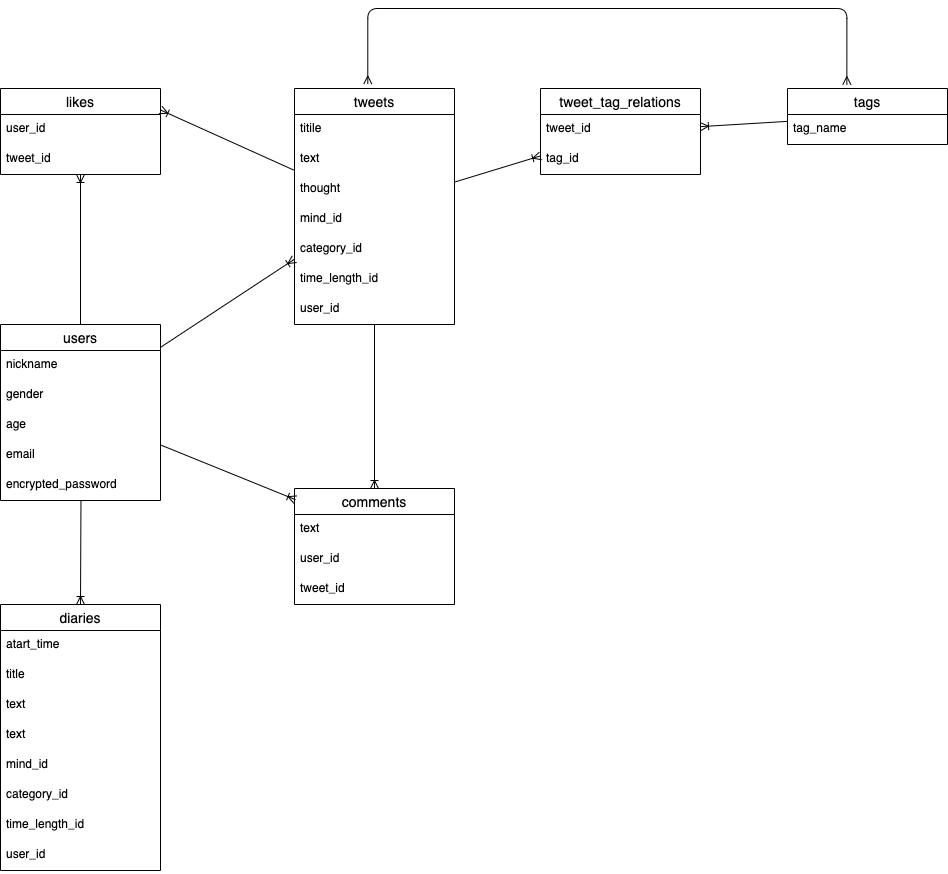
This is app/nemuru.drawio.png from yuki-brave/nemuru, a draw.io export, as it was before one commit. Source tidied: cells renumbered, new cells last; positions are measured from the earlier drawing's top-left corner, leaving out a move shared by most shapes.
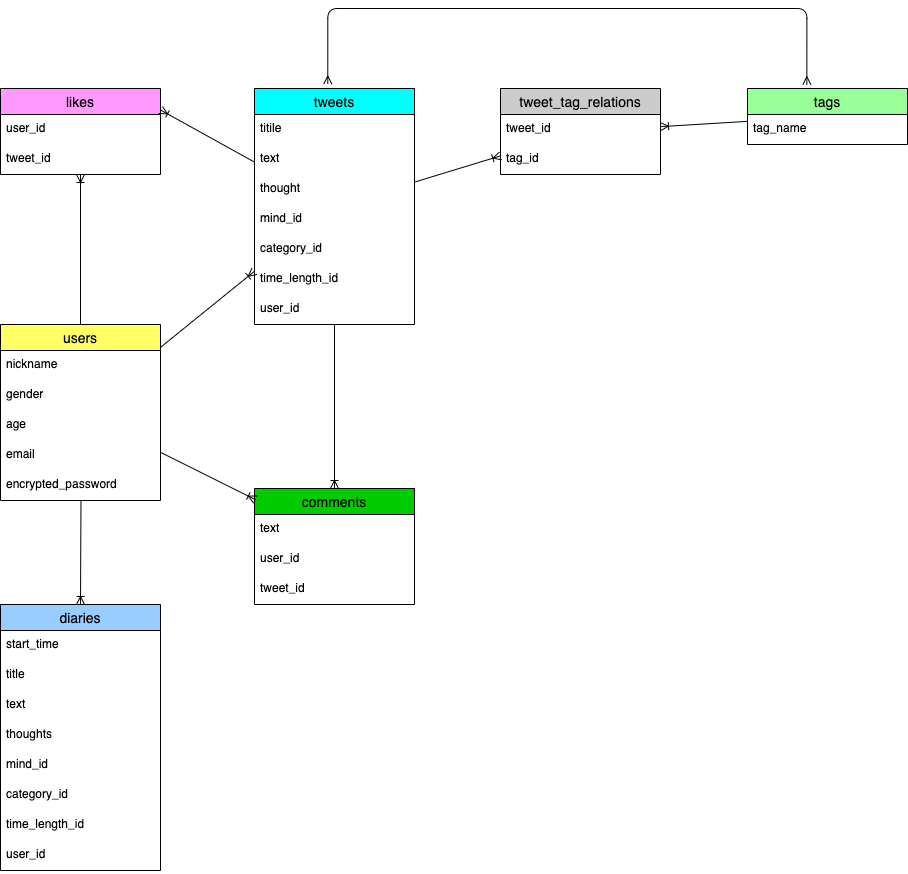
Above is the later version.

Commit message:
ER図の編集・作成

Diff of the diagram source:
```diff
@@ -2,8 +2,8 @@
   <root>
     <mxCell id="0" />
     <mxCell id="1" parent="0" />
-    <mxCell id="2" value="users" style="swimlane;fontStyle=0;horizontal=1;startSize=26;align=center;fontSize=14;" parent="1" vertex="1">
-      <mxGeometry y="316" width="160" height="176" as="geometry" />
+    <mxCell id="2" value="users" style="swimlane;fontStyle=0;horizontal=1;startSize=26;align=center;fontSize=14;fillColor=#FFFF66;" parent="1" vertex="1">
+      <mxGeometry x="40" y="316" width="160" height="176" as="geometry" />
     </mxCell>
     <mxCell id="3" value="nickname" style="text;strokeColor=none;fillColor=none;spacingLeft=4;spacingRight=4;overflow=hidden;fontSize=12;" parent="2" vertex="1">
       <mxGeometry y="26" width="160" height="30" as="geometry" />
@@ -20,7 +20,7 @@
     <mxCell id="7" value="encrypted_password" style="text;strokeColor=none;fillColor=none;spacingLeft=4;spacingRight=4;overflow=hidden;points=[[0,0.5],[1,0.5]];portConstraint=eastwest;fontSize=12;" parent="2" vertex="1">
       <mxGeometry y="146" width="160" height="30" as="geometry" />
     </mxCell>
-    <mxCell id="8" value="tweets" style="swimlane;fontStyle=0;horizontal=1;startSize=26;align=center;fontSize=14;" parent="1" vertex="1">
+    <mxCell id="8" value="tweets" style="swimlane;fontStyle=0;horizontal=1;startSize=26;align=center;fontSize=14;fillColor=#00FFFF;" parent="1" vertex="1">
       <mxGeometry x="294" y="80" width="160" height="236" as="geometry" />
     </mxCell>
     <mxCell id="9" value="titile" style="text;strokeColor=none;fillColor=none;spacingLeft=4;spacingRight=4;overflow=hidden;fontSize=12;" parent="8" vertex="1">
@@ -47,7 +47,7 @@
     <mxCell id="16" style="fontSize=12;html=1;endArrow=ERoneToMany;exitX=1;exitY=0.13;exitDx=0;exitDy=0;exitPerimeter=0;" parent="1" edge="1" source="2" target="8">
       <mxGeometry relative="1" as="geometry" />
     </mxCell>
-    <mxCell id="17" value="comments" style="swimlane;fontStyle=0;horizontal=1;startSize=26;align=center;fontSize=14;" parent="1" vertex="1">
+    <mxCell id="17" value="comments" style="swimlane;fontStyle=0;horizontal=1;startSize=26;align=center;fontSize=14;fillColor=#00CC00;" parent="1" vertex="1">
       <mxGeometry x="294" y="480" width="160" height="116" as="geometry" />
     </mxCell>
     <mxCell id="18" value="text" style="text;strokeColor=none;fillColor=none;spacingLeft=4;spacingRight=4;overflow=hidden;fontSize=12;" parent="17" vertex="1">
@@ -65,7 +65,7 @@
     <mxCell id="22" style="fontSize=12;html=1;endArrow=ERoneToMany;" parent="1" edge="1" source="8" target="17">
       <mxGeometry relative="1" as="geometry" />
     </mxCell>
-    <mxCell id="23" value="tags" style="swimlane;fontStyle=0;horizontal=1;startSize=26;align=center;fontSize=14;" parent="1" vertex="1">
+    <mxCell id="23" value="tags" style="swimlane;fontStyle=0;horizontal=1;startSize=26;align=center;fontSize=14;fillColor=#99FF99;" parent="1" vertex="1">
       <mxGeometry x="787" y="80" width="160" height="56" as="geometry" />
     </mxCell>
     <mxCell id="24" value="tag_name" style="text;strokeColor=none;fillColor=none;spacingLeft=4;spacingRight=4;overflow=hidden;fontSize=12;" parent="23" vertex="1">
@@ -79,7 +79,7 @@
         </Array>
       </mxGeometry>
     </mxCell>
-    <mxCell id="26" value="tweet_tag_relations" style="swimlane;fontStyle=0;horizontal=1;startSize=26;align=center;fontSize=14;" parent="1" vertex="1">
+    <mxCell id="26" value="tweet_tag_relations" style="swimlane;fontStyle=0;horizontal=1;startSize=26;align=center;fontSize=14;fillColor=#CCCCCC;" parent="1" vertex="1">
       <mxGeometry x="540" y="80" width="160" height="86" as="geometry" />
     </mxCell>
     <mxCell id="27" value="tweet_id" style="text;strokeColor=none;fillColor=none;spacingLeft=4;spacingRight=4;overflow=hidden;fontSize=12;" parent="26" vertex="1">
@@ -94,8 +94,8 @@
     <mxCell id="30" style="fontSize=12;html=1;endArrow=ERoneToMany;" parent="1" edge="1" source="8" target="26">
       <mxGeometry relative="1" as="geometry" />
     </mxCell>
-    <mxCell id="31" value="likes" style="swimlane;fontStyle=0;horizontal=1;startSize=26;align=center;fontSize=14;" parent="1" vertex="1">
-      <mxGeometry y="80" width="160" height="86" as="geometry" />
+    <mxCell id="31" value="likes" style="swimlane;fontStyle=0;horizontal=1;startSize=26;align=center;fontSize=14;fillColor=#FF99FF;" parent="1" vertex="1">
+      <mxGeometry x="40" y="80" width="160" height="86" as="geometry" />
     </mxCell>
     <mxCell id="32" value="user_id" style="text;strokeColor=none;fillColor=none;spacingLeft=4;spacingRight=4;overflow=hidden;fontSize=12;" parent="31" vertex="1">
       <mxGeometry y="26" width="160" height="30" as="geometry" />
@@ -109,10 +109,10 @@
     <mxCell id="35" style="fontSize=12;html=1;endArrow=ERoneToMany;" parent="1" edge="1" source="2" target="31">
       <mxGeometry relative="1" as="geometry" />
     </mxCell>
-    <mxCell id="36" value="diaries" style="swimlane;fontStyle=0;horizontal=1;startSize=26;align=center;fontSize=14;" parent="1" vertex="1">
-      <mxGeometry y="596" width="160" height="266" as="geometry" />
+    <mxCell id="36" value="diaries" style="swimlane;fontStyle=0;horizontal=1;startSize=26;align=center;fontSize=14;fillColor=#99CCFF;" parent="1" vertex="1">
+      <mxGeometry x="40" y="596" width="160" height="266" as="geometry" />
     </mxCell>
-    <mxCell id="37" value="atart_time" style="text;strokeColor=none;fillColor=none;spacingLeft=4;spacingRight=4;overflow=hidden;fontSize=12;" parent="36" vertex="1">
+    <mxCell id="37" value="start_time" style="text;strokeColor=none;fillColor=none;spacingLeft=4;spacingRight=4;overflow=hidden;fontSize=12;" parent="36" vertex="1">
       <mxGeometry y="26" width="160" height="30" as="geometry" />
     </mxCell>
     <mxCell id="38" value="title" style="text;strokeColor=none;fillColor=none;spacingLeft=4;spacingRight=4;overflow=hidden;fontSize=12;" parent="36" vertex="1">
@@ -121,7 +121,7 @@
     <mxCell id="39" value="text" style="text;strokeColor=none;fillColor=none;spacingLeft=4;spacingRight=4;overflow=hidden;fontSize=12;" parent="36" vertex="1">
       <mxGeometry y="86" width="160" height="30" as="geometry" />
     </mxCell>
-    <mxCell id="40" value="text" style="text;strokeColor=none;fillColor=none;spacingLeft=4;spacingRight=4;overflow=hidden;fontSize=12;" parent="36" vertex="1">
+    <mxCell id="40" value="thoughts" style="text;strokeColor=none;fillColor=none;spacingLeft=4;spacingRight=4;overflow=hidden;fontSize=12;" parent="36" vertex="1">
       <mxGeometry y="116" width="160" height="30" as="geometry" />
     </mxCell>
     <mxCell id="41" value="mind_id" style="text;strokeColor=none;fillColor=none;spacingLeft=4;spacingRight=4;overflow=hidden;fontSize=12;" parent="36" vertex="1">
```
